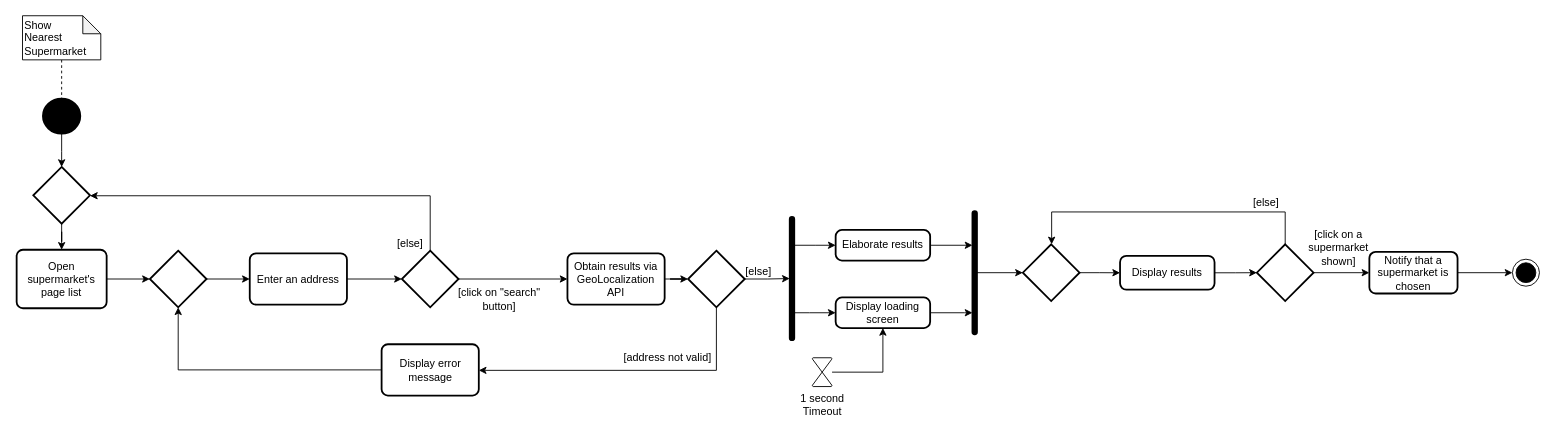
Before: docx&pdf/Activity Diagrams/ActivityDiagram_ShowNearestSupermarket.drawio in FredHats99/HealthyCart, a draw.io diagram. Source tidied: cells renumbered, new cells numbered last; positions are measured from the earlier drawing's top-left corner, leaving out a move shared by most shapes. Both pictures are drawn from the tidied source at 90%, with x=0, y=0 at pixel (16, 15).
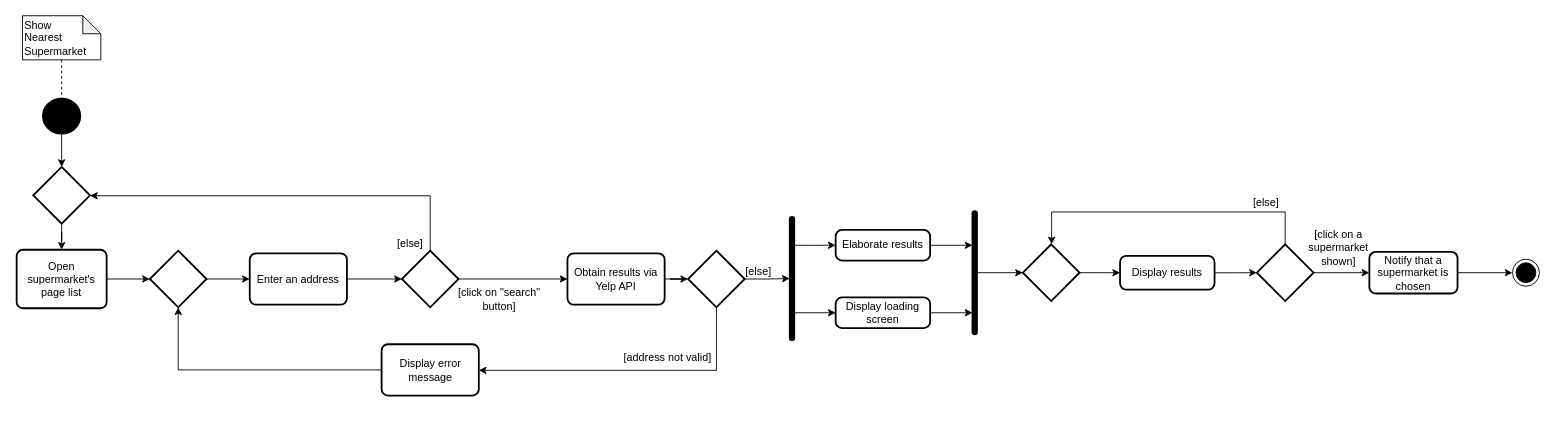
Above is the later version.

The change refers to these unchanged cells:
```xml
<mxCell id="25" value="Display loading screen" style="rounded=1;whiteSpace=wrap;html=1;absoluteArcSize=1;arcSize=14;strokeWidth=2;fillColor=#FFFFFF;" parent="1" vertex="1">
  <mxGeometry x="910" y="313" width="105" height="34" as="geometry" />
</mxCell>
```

Change to the diagram source:
```diff
@@
-    <mxCell id="18" value="Obtain results via GeoLocalization API" style="rounded=1;whiteSpace=wrap;html=1;absoluteArcSize=1;arcSize=14;strokeWidth=2;" parent="1" vertex="1">
+    <mxCell id="18" value="Obtain results via Yelp API" style="rounded=1;whiteSpace=wrap;html=1;absoluteArcSize=1;arcSize=14;strokeWidth=2;" parent="1" vertex="1">
       <mxGeometry x="612" y="264" width="108" height="57" as="geometry" />
     </mxCell>
@@
-    <mxCell id="28" style="edgeStyle=orthogonalEdgeStyle;rounded=0;jettySize=auto;html=1;endArrow=classic;endFill=1;" parent="1" edge="1" source="29" target="25">
-      <mxGeometry relative="1" as="geometry" />
-    </mxCell>
-    <mxCell id="29" value="1 second &lt;br&gt;Timeout" style="verticalLabelPosition=bottom;verticalAlign=top;html=1;shape=mxgraph.flowchart.collate;fillColor=#FFFFFF;" parent="1" vertex="1">
-      <mxGeometry x="884" y="380" width="22" height="32" as="geometry" />
-    </mxCell>
```
